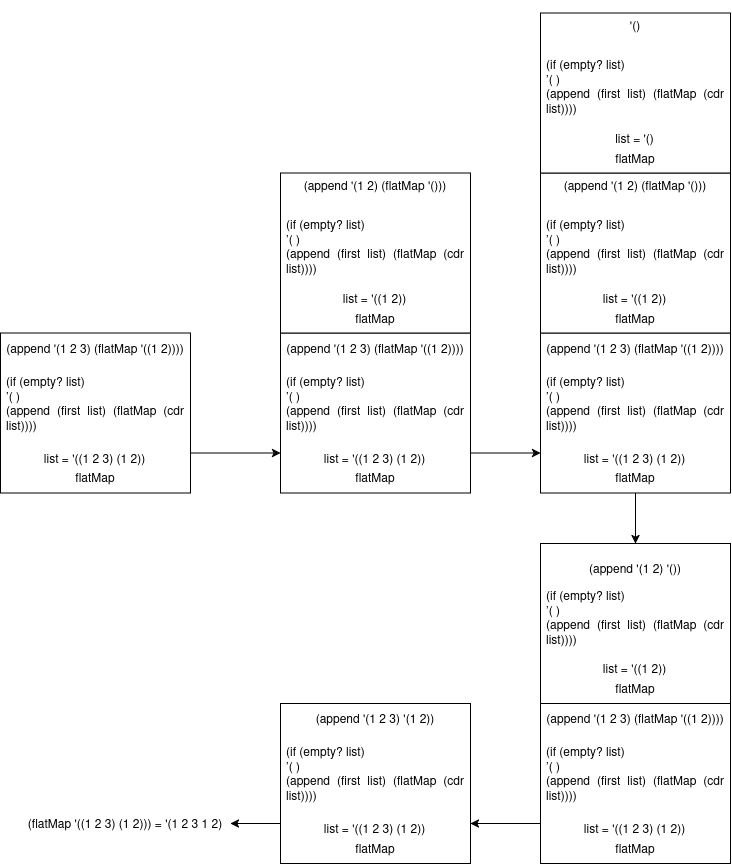
Before: Leng/flatmap_normal.png, a diagram exported from draw.io (CherubRocky/HomeRithms). Source tidied: cells renumbered, new cells last; positions are measured from the earlier drawing's top-left corner, leaving out a move shared by most shapes.
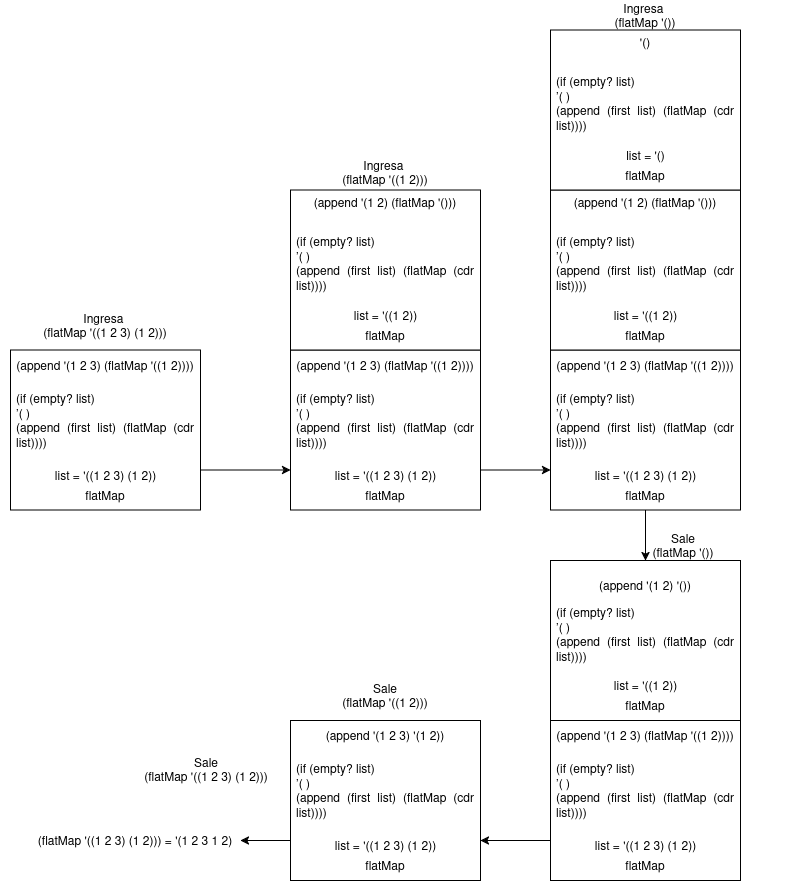
After the commit.

Commit message:
Corrección Tribo normal

What changed in the source:
```diff
@@ -155,5 +155,23 @@
     <mxCell id="52" value="(flatMap '((1 2 3) (1 2))) = '(1 2 3 1 2)" style="text;html=1;whiteSpace=wrap;strokeColor=none;fillColor=none;align=center;verticalAlign=middle;rounded=0;" parent="1" vertex="1">
       <mxGeometry x="20" y="808" width="210" height="30" as="geometry" />
     </mxCell>
+    <mxCell id="53" value="&lt;div&gt;Ingresa&amp;nbsp;&lt;/div&gt;&lt;div&gt;(flatMap '((1 2 3) (1 2)))&lt;/div&gt;" style="text;html=1;whiteSpace=wrap;strokeColor=none;fillColor=none;align=center;verticalAlign=middle;rounded=0;" parent="1" vertex="1">
+      <mxGeometry x="-10" y="292.5" width="210" height="30" as="geometry" />
+    </mxCell>
+    <mxCell id="54" value="&lt;div&gt;Ingresa&amp;nbsp;&lt;/div&gt;&lt;div&gt;(flatMap '((1 2)))&lt;/div&gt;" style="text;html=1;whiteSpace=wrap;strokeColor=none;fillColor=none;align=center;verticalAlign=middle;rounded=0;" parent="1" vertex="1">
+      <mxGeometry x="270" y="140" width="210" height="30" as="geometry" />
+    </mxCell>
+    <mxCell id="55" value="&lt;div&gt;Ingresa&amp;nbsp;&lt;/div&gt;&lt;div&gt;(flatMap '())&lt;/div&gt;" style="text;html=1;whiteSpace=wrap;strokeColor=none;fillColor=none;align=center;verticalAlign=middle;rounded=0;" parent="1" vertex="1">
+      <mxGeometry x="530" y="-17.5" width="210" height="30" as="geometry" />
+    </mxCell>
+    <mxCell id="56" value="&lt;div&gt;Sale&lt;/div&gt;&lt;div&gt;(flatMap '())&lt;/div&gt;" style="text;html=1;whiteSpace=wrap;strokeColor=none;fillColor=none;align=center;verticalAlign=middle;rounded=0;" parent="1" vertex="1">
+      <mxGeometry x="568" y="513" width="210" height="30" as="geometry" />
+    </mxCell>
+    <mxCell id="57" value="&lt;div&gt;Sale&lt;/div&gt;&lt;div&gt;(flatMap '((1 2)))&lt;/div&gt;" style="text;html=1;whiteSpace=wrap;strokeColor=none;fillColor=none;align=center;verticalAlign=middle;rounded=0;" parent="1" vertex="1">
+      <mxGeometry x="270" y="663" width="210" height="30" as="geometry" />
+    </mxCell>
+    <mxCell id="58" value="&lt;div&gt;Sale&lt;/div&gt;&lt;div&gt;(flatMap '((1 2 3) (1 2)))&lt;/div&gt;" style="text;html=1;whiteSpace=wrap;strokeColor=none;fillColor=none;align=center;verticalAlign=middle;rounded=0;" parent="1" vertex="1">
+      <mxGeometry x="131" y="736.8" width="130" height="30" as="geometry" />
+    </mxCell>
   </root>
 </mxGraphModel>
```
